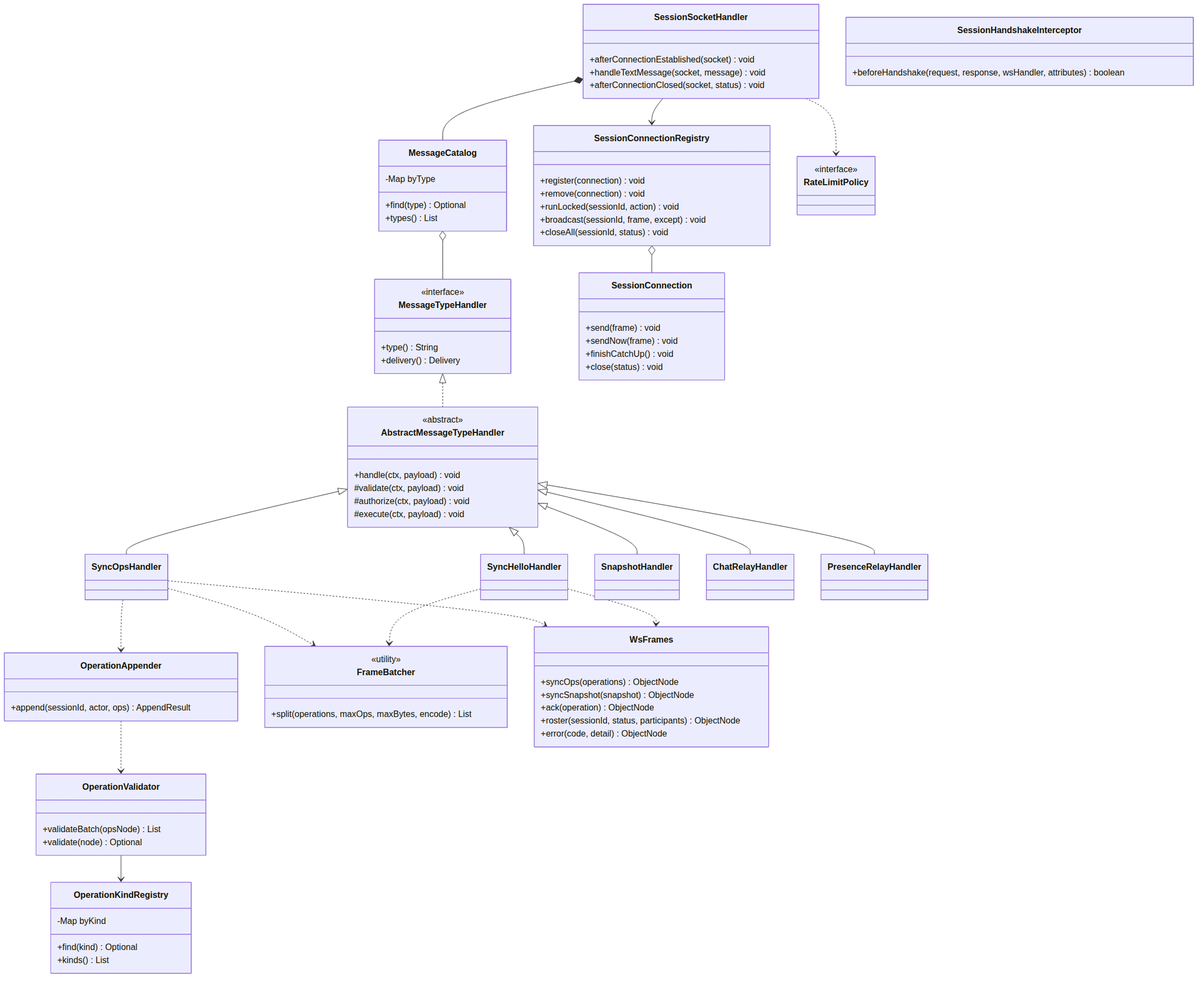
Before: docs/diagrams/out/b3-websocket.png, a diagram exported from Mermaid (ssugary/BlenderPDS). Its source is kept beside it as docs/diagrams/src/b3-websocket.mmd. Source of this version:
```mermaid
classDiagram
    classDef frozen fill:#dbeafe,stroke:#1e40af,color:#0f172a
    classDef hotspot fill:#fef3c7,stroke:#b45309,color:#0f172a
    classDef app fill:#dcfce7,stroke:#166534,color:#0f172a

    class SessionSocketHandler {
        +afterConnectionEstablished(socket) void
        +handleTextMessage(socket, message) void
        +afterConnectionClosed(socket, status) void
    }
    class MessageCatalog {
        -Map byType
        +find(type) Optional
        +types() List
    }
    class AbstractMessageTypeHandler {
        <<abstract>>
        +handle(ctx, payload) void
        #validate(ctx, payload) void
        #authorize(ctx, payload) void
        #execute(ctx, payload) void
    }
    class MessageTypeHandler {
        <<interface>>
        +type() String
        +delivery() Delivery
    }
    class SyncHelloHandler
    class SyncOpsHandler
    class SnapshotHandler
    class ChatRelayHandler
    class PresenceRelayHandler
    class OperationValidator {
        +validateBatch(opsNode) List
        +validate(node) Optional
    }
    class OperationAppender {
        +append(sessionId, actor, ops) AppendResult
    }
    class OperationKindRegistry {
        -Map byKind
        +find(kind) Optional
        +kinds() List
    }
    class SessionConnectionRegistry {
        +register(connection) void
        +remove(connection) void
        +runLocked(sessionId, action) void
        +broadcast(sessionId, frame, except) void
        +closeAll(sessionId, status) void
    }
    class SessionConnection {
        +send(frame) void
        +sendNow(frame) void
        +finishCatchUp() void
        +close(status) void
    }
    class FrameBatcher {
        <<utility>>
        +split(operations, maxOps, maxBytes, encode) List
    }
    class SessionHandshakeInterceptor {
        +beforeHandshake(request, response, wsHandler, attributes) boolean
    }
    class WsFrames {
        +syncOps(operations) ObjectNode
        +syncSnapshot(snapshot) ObjectNode
        +ack(operation) ObjectNode
        +roster(sessionId, status, participants) ObjectNode
        +error(code, detail) ObjectNode
    }

    SessionSocketHandler *-- MessageCatalog
    SessionSocketHandler --> SessionConnectionRegistry
    SessionSocketHandler ..> RateLimitPolicy
    MessageCatalog o-- MessageTypeHandler
    MessageTypeHandler <|.. AbstractMessageTypeHandler
    AbstractMessageTypeHandler <|-- SyncHelloHandler
    AbstractMessageTypeHandler <|-- SyncOpsHandler
    AbstractMessageTypeHandler <|-- SnapshotHandler
    AbstractMessageTypeHandler <|-- ChatRelayHandler
    AbstractMessageTypeHandler <|-- PresenceRelayHandler
    SyncOpsHandler ..> OperationAppender
    OperationAppender ..> OperationValidator
    OperationValidator --> OperationKindRegistry
    SessionConnectionRegistry o-- SessionConnection
    SyncOpsHandler ..> FrameBatcher
    SyncHelloHandler ..> FrameBatcher
    SyncOpsHandler ..> WsFrames
    SyncHelloHandler ..> WsFrames

    class RateLimitPolicy {
        <<interface>>
    }
    cssClass "SessionSocketHandler,MessageCatalog,SessionConnectionRegistry,SessionConnection,FrameBatcher,SessionHandshakeInterceptor,WsFrames,OperationAppender,OperationValidator,OperationKindRegistry" frozen
    cssClass "MessageTypeHandler,AbstractMessageTypeHandler,MessageCatalog" frozen
    cssClass "RateLimitPolicy" hotspot
```
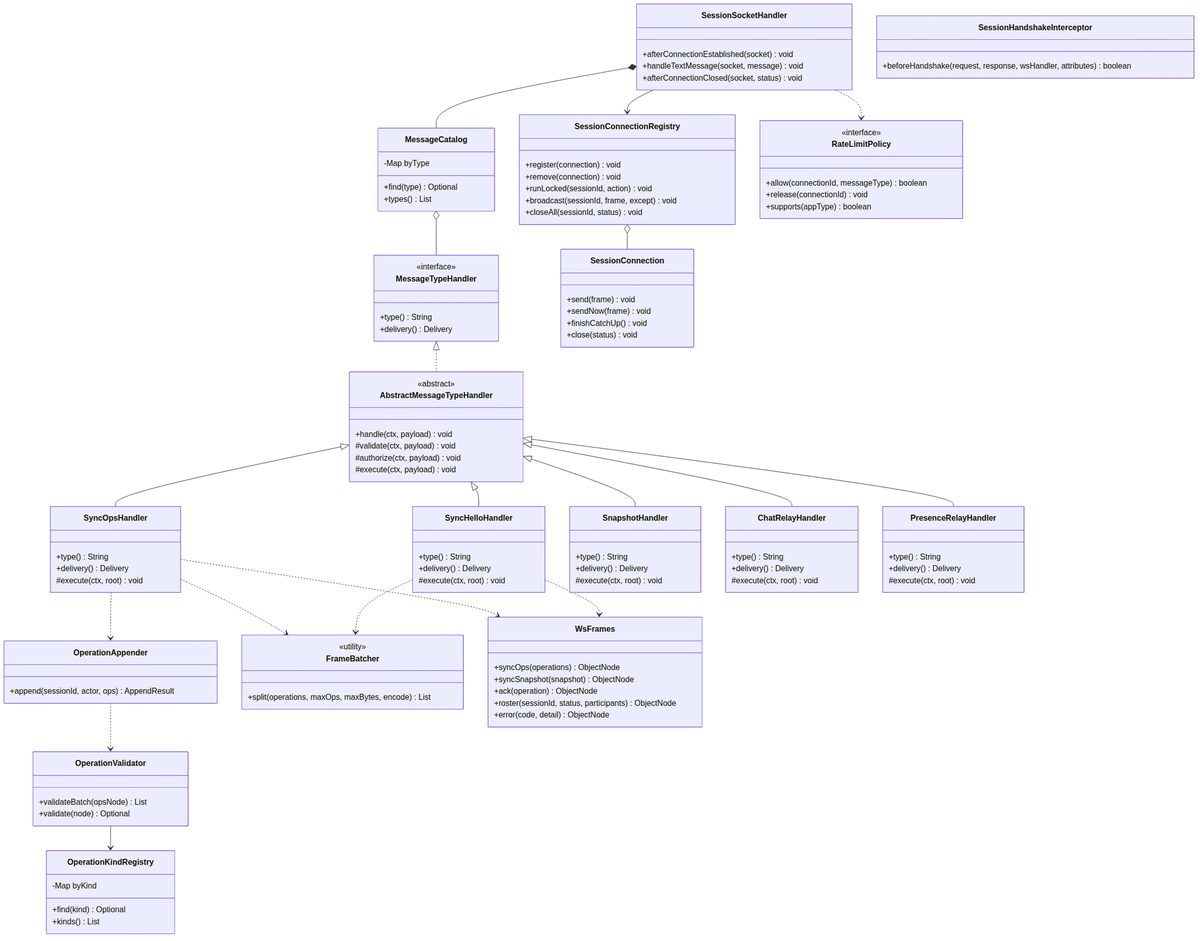
The same file after the commit.

Change to the diagram source:
```diff
@@ -25,11 +25,31 @@
         +type() String
         +delivery() Delivery
     }
-    class SyncHelloHandler
-    class SyncOpsHandler
-    class SnapshotHandler
-    class ChatRelayHandler
-    class PresenceRelayHandler
+    class SyncHelloHandler {
+    +type() String
+    +delivery() Delivery
+    #execute(ctx, root) void
+    }
+    class SyncOpsHandler {
+    +type() String
+    +delivery() Delivery
+    #execute(ctx, root) void
+    }
+    class SnapshotHandler {
+    +type() String
+    +delivery() Delivery
+    #execute(ctx, root) void
+    }
+    class ChatRelayHandler {
+    +type() String
+    +delivery() Delivery
+    #execute(ctx, root) void
+    }
+    class PresenceRelayHandler {
+    +type() String
+    +delivery() Delivery
+    #execute(ctx, root) void
+    }
     class OperationValidator {
         +validateBatch(opsNode) List
         +validate(node) Optional
@@ -91,6 +111,9 @@
 
     class RateLimitPolicy {
         <<interface>>
+        +allow(connectionId, messageType) boolean
+        +release(connectionId) void
+        +supports(appType) boolean
     }
     cssClass "SessionSocketHandler,MessageCatalog,SessionConnectionRegistry,SessionConnection,FrameBatcher,SessionHandshakeInterceptor,WsFrames,OperationAppender,OperationValidator,OperationKindRegistry" frozen
     cssClass "MessageTypeHandler,AbstractMessageTypeHandler,MessageCatalog" frozen
```
